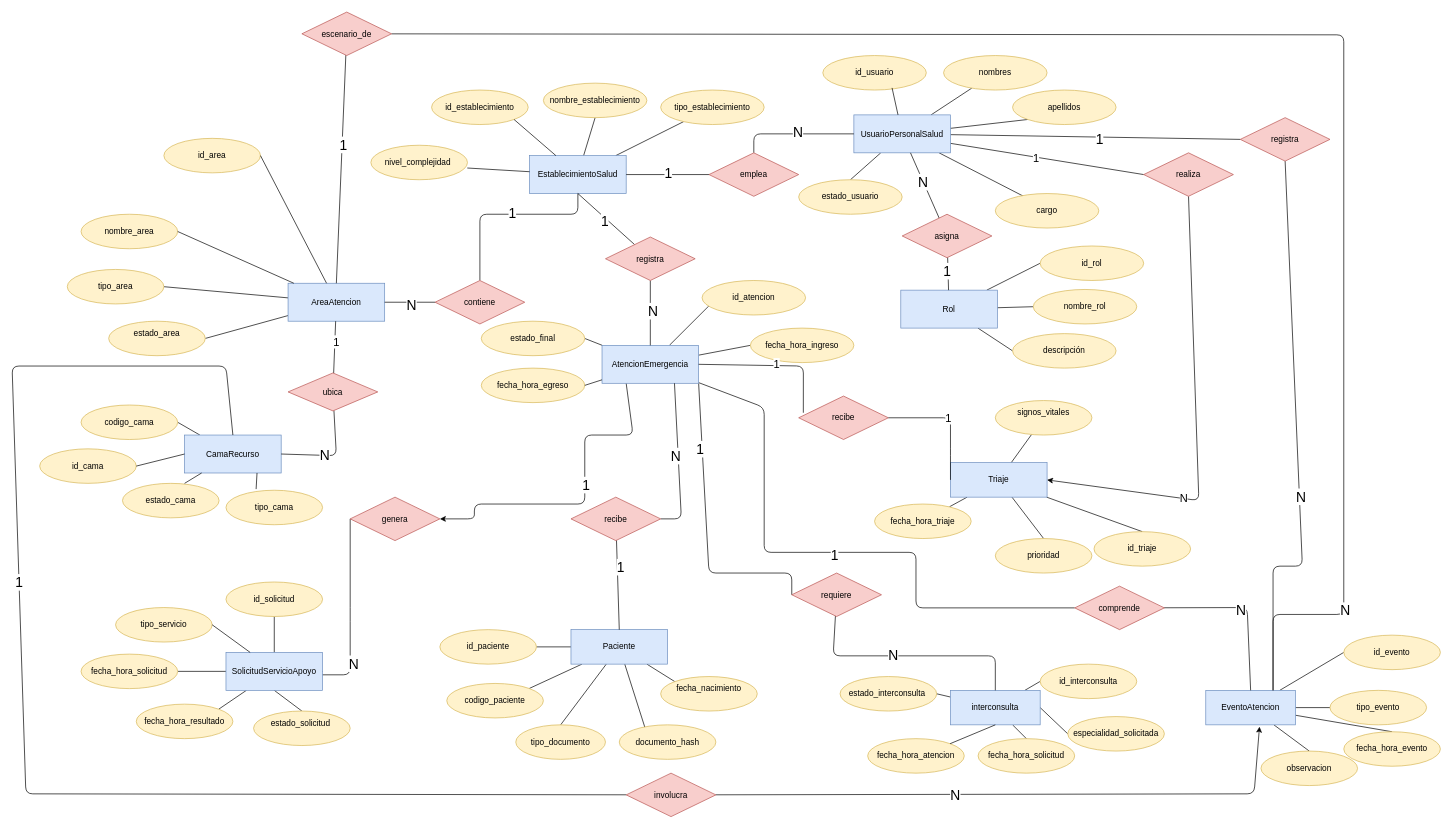
The draw.io diagram diagrama.drawio in Axroooon/PFlow_diagrama_conceptual, before the edit. Source tidied: cells renumbered, new cells numbered last; positions are measured from the earlier drawing's top-left corner, leaving out a move shared by most shapes. Both pictures are drawn from the tidied source at 69%, with x=0, y=0 at pixel (12, 12).
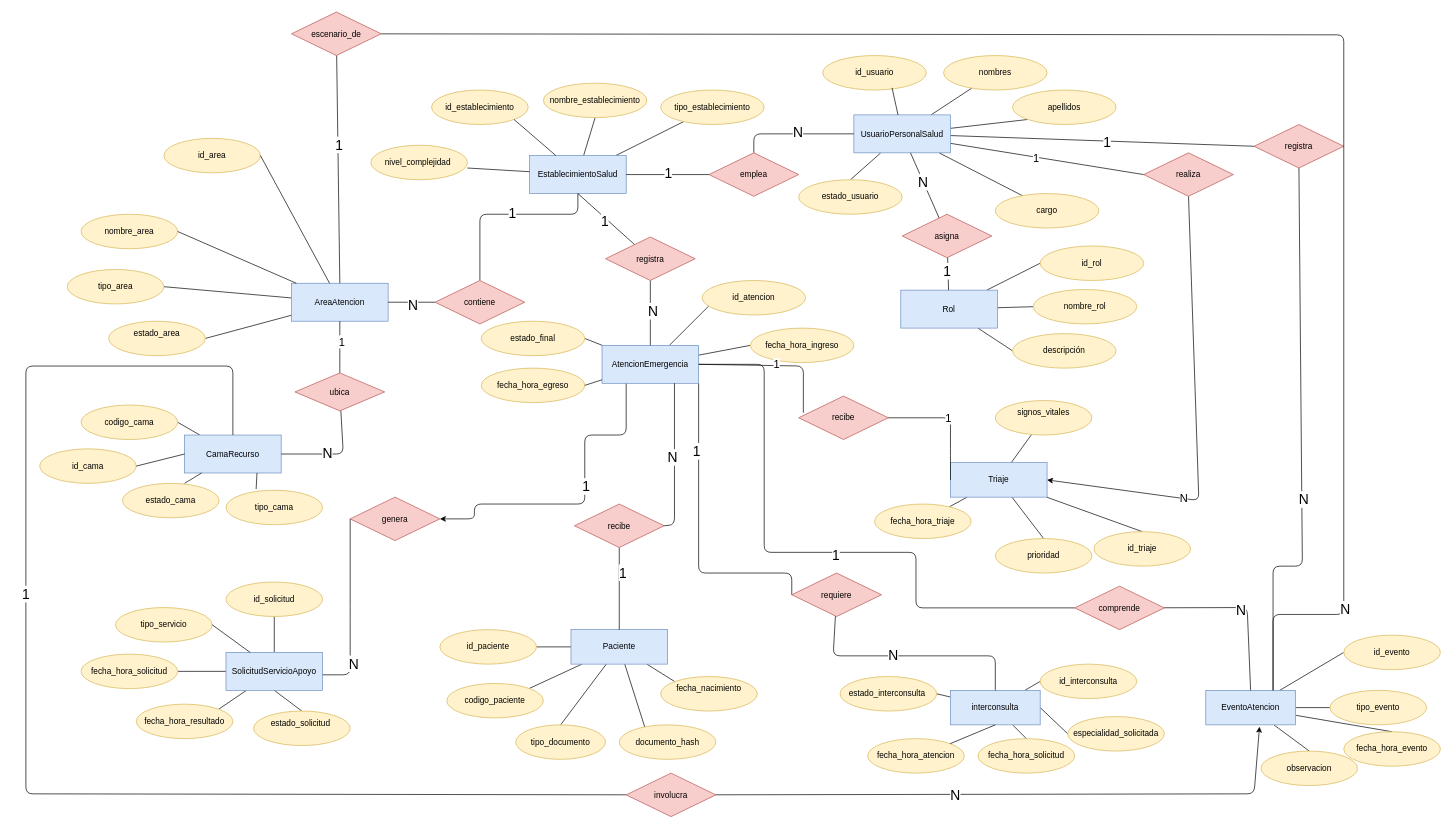
After the change.

Unchanged cells that the change refers to:
```xml
<mxCell id="86" value="AtencionEmergencia" style="rounded=0;whiteSpace=wrap;html=1;fillColor=#dae8fc;strokeColor=#6c8ebf;" parent="1" vertex="1">
  <mxGeometry x="855" y="483" width="140" height="55" as="geometry" />
</mxCell>
<mxCell id="98" value="CamaRecurso" style="rounded=0;whiteSpace=wrap;html=1;fillColor=#dae8fc;strokeColor=#6c8ebf;" parent="1" vertex="1">
  <mxGeometry x="250" y="613" width="140" height="55" as="geometry" />
</mxCell>
<mxCell id="126" value="genera" style="rhombus;whiteSpace=wrap;html=1;shapeInside=1;fillColor=#f8cecc;strokeColor=#b85450;" parent="1" vertex="1">
  <mxGeometry x="490" y="703" width="130" height="63" as="geometry" />
</mxCell>
<mxCell id="145" value="requiere" style="rhombus;whiteSpace=wrap;html=1;shapeInside=1;fillColor=#f8cecc;strokeColor=#b85450;" parent="1" vertex="1">
  <mxGeometry x="1130" y="813" width="130" height="63" as="geometry" />
</mxCell>
<mxCell id="163" value="comprende" style="rhombus;whiteSpace=wrap;html=1;shapeInside=1;fillColor=#f8cecc;strokeColor=#b85450;" parent="1" vertex="1">
  <mxGeometry x="1540" y="832" width="130" height="63" as="geometry" />
</mxCell>
<mxCell id="171" value="involucra" style="rhombus;whiteSpace=wrap;html=1;shapeInside=1;fillColor=#f8cecc;strokeColor=#b85450;" parent="1" vertex="1">
  <mxGeometry x="890" y="1103" width="130" height="63" as="geometry" />
</mxCell>
```

Change to the diagram source:
```diff
@@
-<mxGraphModel>
+<mxGraphModel background="#FFFFFF">
@@
     <mxCell id="65" value="AreaAtencion" style="rounded=0;whiteSpace=wrap;html=1;fillColor=#dae8fc;strokeColor=#6c8ebf;" parent="1" vertex="1">
-      <mxGeometry x="400" y="393" width="140" height="55" as="geometry" />
+      <mxGeometry x="405" y="393" width="140" height="55" as="geometry" />
     </mxCell>
@@
     <mxCell id="80" style="edgeStyle=none;html=1;exitX=0.25;exitY=1;exitDx=0;exitDy=0;entryX=1;entryY=0.5;entryDx=0;entryDy=0;" parent="1" edge="1" source="86" target="126">
-      <mxGeometry relative="1" as="geometry">
+      <mxGeometry x="-0.02" relative="1" as="geometry">
         <Array as="points">
-          <mxPoint x="900" y="613" />
+          <mxPoint x="890" y="613" />
           <mxPoint x="830" y="613" />
           <mxPoint x="830" y="713" />
           <mxPoint x="670" y="713" />
           <mxPoint x="670" y="734.5" />
         </Array>
       </mxGeometry>
     </mxCell>
     <mxCell id="81" value="&lt;font style=&quot;font-size: 20px;&quot;&gt;1&lt;/font&gt;" style="edgeLabel;html=1;align=center;verticalAlign=middle;" parent="80" vertex="1">
-      <mxGeometry x="-0.09" y="1" relative="1" as="geometry" />
+      <mxGeometry x="-0.11" y="1" relative="1" as="geometry" />
     </mxCell>
     <mxCell id="82" style="edgeStyle=none;html=1;exitX=1;exitY=1;exitDx=0;exitDy=0;entryX=0;entryY=0.5;entryDx=0;entryDy=0;endArrow=none;endFill=0;" parent="1" edge="1" source="86" target="145">
       <mxGeometry relative="1" as="geometry">
         <Array as="points">
-          <mxPoint x="1010" y="813" />
+          <mxPoint x="995" y="813" />
           <mxPoint x="1130" y="813" />
         </Array>
       </mxGeometry>
     </mxCell>
@@
     <mxCell id="84" style="edgeStyle=none;html=1;entryX=0;entryY=0.5;entryDx=0;entryDy=0;endArrow=none;endFill=0;" parent="1" edge="1" source="86" target="163">
-      <mxGeometry relative="1" as="geometry">
+      <mxGeometry x="0.06" relative="1" as="geometry">
         <Array as="points">
-          <mxPoint x="1090" y="573" />
+          <mxPoint x="1090" y="510.5" />
           <mxPoint x="1090" y="783" />
           <mxPoint x="1310" y="783" />
           <mxPoint x="1310" y="863.5" />
         </Array>
       </mxGeometry>
     </mxCell>
     <mxCell id="85" value="&lt;font style=&quot;font-size: 20px;&quot;&gt;1&lt;/font&gt;" style="edgeLabel;html=1;align=center;verticalAlign=middle;" parent="84" vertex="1">
-      <mxGeometry x="-0.02" y="-2" relative="1" as="geometry" />
+      <mxGeometry x="0.05" y="-2" relative="1" as="geometry" />
     </mxCell>
@@
     <mxCell id="101" style="edgeStyle=none;html=1;entryX=1;entryY=0.5;entryDx=0;entryDy=0;endArrow=none;endFill=0;" parent="1" edge="1" source="103" target="98">
       <mxGeometry relative="1" as="geometry">
         <Array as="points">
-          <mxPoint x="470" y="643" />
+          <mxPoint x="480" y="640.5" />
         </Array>
       </mxGeometry>
     </mxCell>
@@
     <mxCell id="103" value="ubica" style="rhombus;whiteSpace=wrap;html=1;shapeInside=1;fillColor=#f8cecc;strokeColor=#b85450;" parent="1" vertex="1">
-      <mxGeometry x="400" y="523" width="130" height="55" as="geometry" />
+      <mxGeometry x="410" y="523" width="130" height="55" as="geometry" />
     </mxCell>
@@
     <mxCell id="111" style="edgeStyle=none;html=1;entryX=0.75;entryY=1;entryDx=0;entryDy=0;endArrow=none;endFill=0;exitX=1;exitY=0.5;exitDx=0;exitDy=0;" parent="1" edge="1" source="115" target="86">
-      <mxGeometry relative="1" as="geometry">
+      <mxGeometry x="-0.04" relative="1" as="geometry">
         <Array as="points">
-          <mxPoint x="970" y="734.5" />
+          <mxPoint x="960" y="743" />
         </Array>
       </mxGeometry>
     </mxCell>
     <mxCell id="112" value="&lt;font style=&quot;font-size: 20px;&quot;&gt;N&lt;/font&gt;" style="edgeLabel;html=1;align=center;verticalAlign=middle;" parent="111" vertex="1">
-      <mxGeometry x="0.08" y="4" relative="1" as="geometry" />
+      <mxGeometry x="0.04" y="4" relative="1" as="geometry" />
     </mxCell>
@@
     <mxCell id="115" value="recibe" style="rhombus;whiteSpace=wrap;html=1;shapeInside=1;fillColor=#f8cecc;strokeColor=#b85450;" parent="1" vertex="1">
-      <mxGeometry x="810" y="703" width="130" height="63" as="geometry" />
+      <mxGeometry x="815" y="713" width="130" height="63" as="geometry" />
     </mxCell>
@@
     <mxCell id="166" value="registra" style="rhombus;whiteSpace=wrap;html=1;shapeInside=1;fillColor=#f8cecc;strokeColor=#b85450;" parent="1" vertex="1">
-      <mxGeometry x="1780" y="153" width="130" height="63" as="geometry" />
+      <mxGeometry x="1800" y="163" width="130" height="63" as="geometry" />
     </mxCell>
@@
     <mxCell id="169" style="edgeStyle=none;html=1;entryX=0.5;entryY=0;entryDx=0;entryDy=0;endArrow=none;endFill=0;" parent="1" edge="1" source="171" target="98">
-      <mxGeometry relative="1" as="geometry">
+      <mxGeometry x="0.01" relative="1" as="geometry">
         <Array as="points">
           <mxPoint x="20" y="1133" />
-          <mxPoint y="513" />
-          <mxPoint x="310" y="513" />
+          <mxPoint x="20" y="513" />
+          <mxPoint x="320" y="513" />
         </Array>
       </mxGeometry>
     </mxCell>
     <mxCell id="170" value="&lt;font style=&quot;font-size: 20px;&quot;&gt;1&lt;/font&gt;" style="edgeLabel;html=1;align=center;verticalAlign=middle;" parent="169" vertex="1">
-      <mxGeometry x="0.24" y="1" relative="1" as="geometry">
+      <mxGeometry x="0.23" y="1" relative="1" as="geometry">
         <mxPoint y="1" as="offset" />
       </mxGeometry>
     </mxCell>
@@
     <mxCell id="176" value="escenario_de" style="rhombus;whiteSpace=wrap;html=1;shapeInside=1;fillColor=#f8cecc;strokeColor=#b85450;" parent="1" vertex="1">
-      <mxGeometry x="420" width="130" height="63" as="geometry" />
+      <mxGeometry x="405" width="130" height="63" as="geometry" />
     </mxCell>
```
